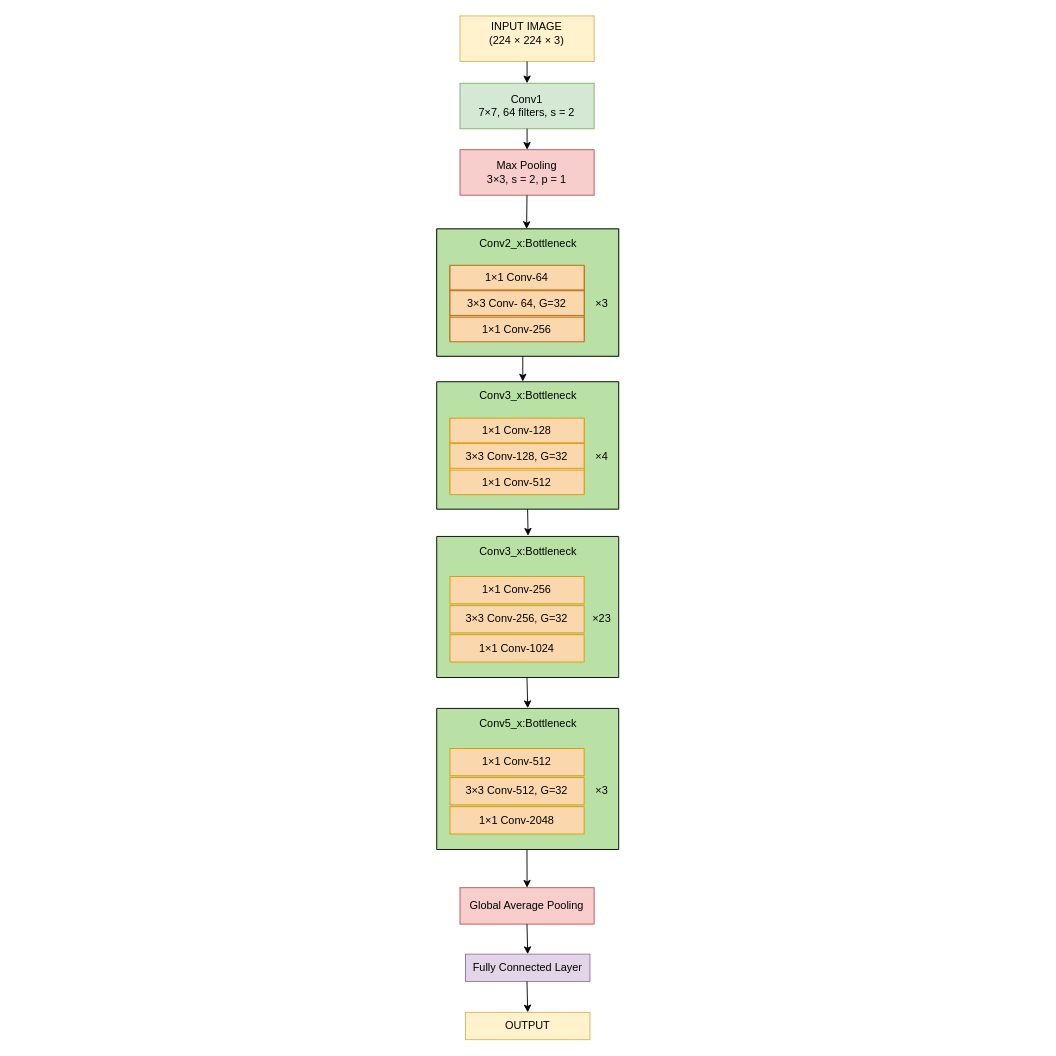
This is Untitled Diagram.drawio from TomalAhmmedPantho/CSE438, a draw.io file, before an edit. Source tidied: cells renumbered, new cells numbered last; positions are measured from the earlier drawing's top-left corner, leaving out a move shared by most shapes. Both pictures are drawn from the tidied source at 91%, with x=0, y=0 at pixel (436, 15).
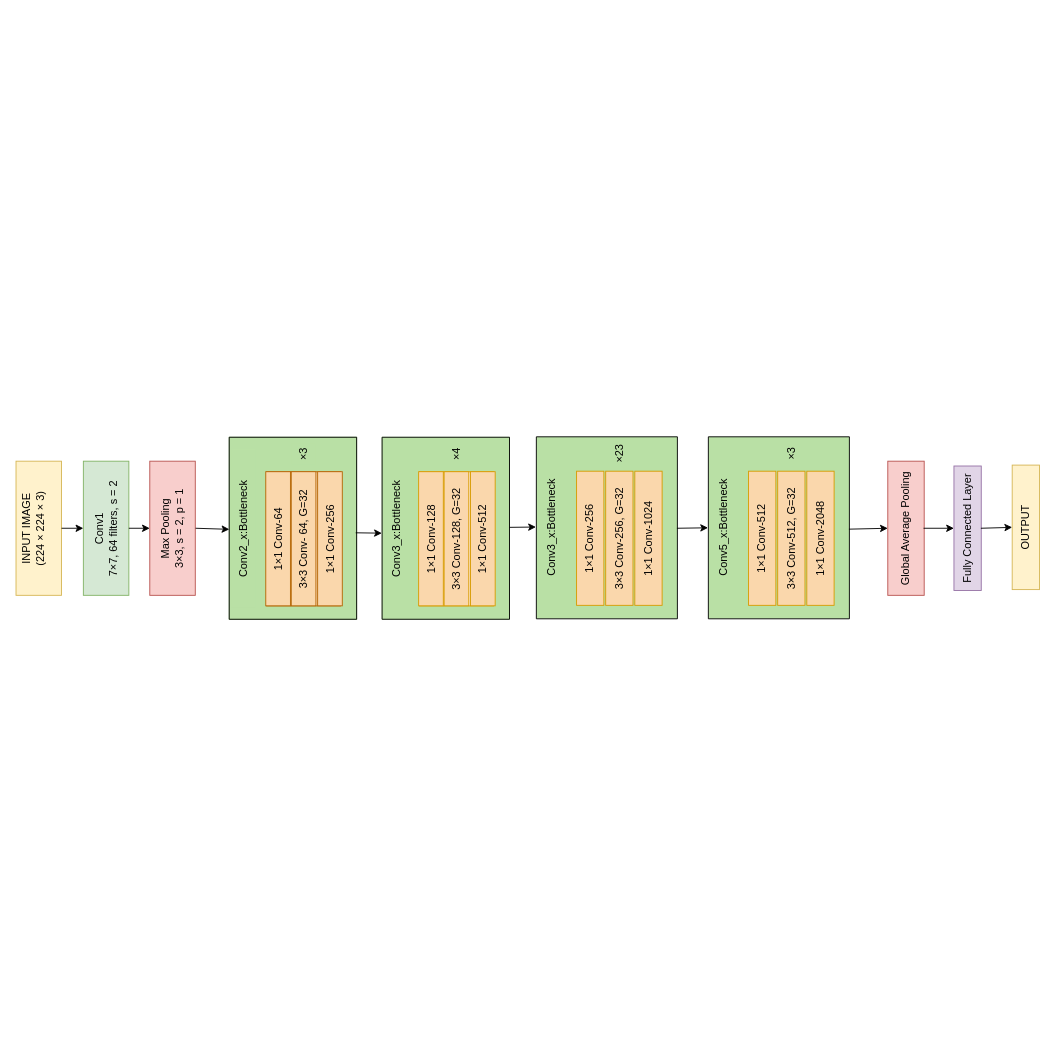
The same page after the edit.

The edit, as a diff of the source:
```diff
@@
+    <mxCell id="49" style="group;rotation=-90;" parent="1" vertex="1">
+      <mxGeometry x="0.4" width="200" height="1125" as="geometry" />
+    </mxCell>
-    <mxCell id="2" value="INPUT IMAGE&lt;div&gt;(224&amp;nbsp;&lt;span style=&quot;background-color: transparent; color: light-dark(rgb(0, 0, 0), rgb(255, 255, 255));&quot;&gt;&lt;font&gt;× 224&amp;nbsp;&lt;/font&gt;&lt;/span&gt;&lt;span style=&quot;background-color: transparent; color: light-dark(rgb(0, 0, 0), rgb(255, 255, 255));&quot;&gt;× 3)&lt;/span&gt;&lt;/div&gt;&lt;p class=&quot;MsoNormal&quot;&gt;&lt;span style=&quot;font-size:18.0pt;line-height:115%&quot;&gt;&lt;/span&gt;&lt;/p&gt;" style="rounded=0;whiteSpace=wrap;html=1;rotation=0;fillColor=#fff2cc;strokeColor=#d6b656;" parent="1" vertex="1">
-      <mxGeometry x="26" width="147.4" height="50" as="geometry" />
+    <mxCell id="2" value="INPUT IMAGE&lt;div&gt;(224&amp;nbsp;&lt;span style=&quot;background-color: transparent; color: light-dark(rgb(0, 0, 0), rgb(255, 255, 255));&quot;&gt;&lt;font&gt;× 224&amp;nbsp;&lt;/font&gt;&lt;/span&gt;&lt;span style=&quot;background-color: transparent; color: light-dark(rgb(0, 0, 0), rgb(255, 255, 255));&quot;&gt;× 3)&lt;/span&gt;&lt;/div&gt;&lt;p class=&quot;MsoNormal&quot;&gt;&lt;span style=&quot;font-size:18.0pt;line-height:115%&quot;&gt;&lt;/span&gt;&lt;/p&gt;" style="rounded=0;whiteSpace=wrap;html=1;rotation=-90;fillColor=#fff2cc;strokeColor=#d6b656;" parent="49" vertex="1">
+      <mxGeometry x="-511" y="538" width="147.4" height="50" as="geometry" />
     </mxCell>
-    <mxCell id="3" value="Conv1&lt;div&gt;7&lt;span style=&quot;background-color: transparent; color: light-dark(rgb(0, 0, 0), rgb(255, 255, 255));&quot;&gt;×7,&amp;nbsp;&lt;/span&gt;&lt;span style=&quot;background-color: transparent; color: light-dark(rgb(0, 0, 0), rgb(255, 255, 255));&quot;&gt;64 filters, s = 2&lt;/span&gt;&lt;/div&gt;" style="rounded=0;whiteSpace=wrap;html=1;rotation=0;fillColor=#d5e8d4;strokeColor=#82b366;" parent="1" vertex="1">
-      <mxGeometry x="26" y="74" width="147.4" height="50" as="geometry" />
+    <mxCell id="3" value="Conv1&lt;div&gt;7&lt;span style=&quot;background-color: transparent; color: light-dark(rgb(0, 0, 0), rgb(255, 255, 255));&quot;&gt;×7,&amp;nbsp;&lt;/span&gt;&lt;span style=&quot;background-color: transparent; color: light-dark(rgb(0, 0, 0), rgb(255, 255, 255));&quot;&gt;64 filters, s = 2&lt;/span&gt;&lt;/div&gt;" style="rounded=0;whiteSpace=wrap;html=1;rotation=-90;fillColor=#d5e8d4;strokeColor=#82b366;" parent="49" vertex="1">
+      <mxGeometry x="-437" y="538" width="147.4" height="50" as="geometry" />
     </mxCell>
-    <mxCell id="4" value="Max Pooling&lt;div&gt;&lt;span style=&quot;background-color: transparent; color: light-dark(rgb(0, 0, 0), rgb(255, 255, 255));&quot;&gt;3×3, s = 2, p = 1&lt;/span&gt;&lt;/div&gt;" style="rounded=0;whiteSpace=wrap;html=1;rotation=0;fillColor=#f8cecc;strokeColor=#b85450;" parent="1" vertex="1">
-      <mxGeometry x="26" y="147" width="147.4" height="50" as="geometry" />
+    <mxCell id="4" value="Max Pooling&lt;div&gt;&lt;span style=&quot;background-color: transparent; color: light-dark(rgb(0, 0, 0), rgb(255, 255, 255));&quot;&gt;3×3, s = 2, p = 1&lt;/span&gt;&lt;/div&gt;" style="rounded=0;whiteSpace=wrap;html=1;rotation=-90;fillColor=#f8cecc;strokeColor=#b85450;" parent="49" vertex="1">
+      <mxGeometry x="-364" y="538" width="147.4" height="50" as="geometry" />
     </mxCell>
-    <mxCell id="5" value="Fully Connected Layer" style="rounded=0;whiteSpace=wrap;html=1;rotation=0;fillColor=#e1d5e7;strokeColor=#9673a6;" parent="1" vertex="1">
-      <mxGeometry x="32" y="1031" width="136.8" height="30" as="geometry" />
+    <mxCell id="5" value="Fully Connected Layer" style="rounded=0;whiteSpace=wrap;html=1;rotation=-90;fillColor=#e1d5e7;strokeColor=#9673a6;" parent="49" vertex="1">
+      <mxGeometry x="515" y="548" width="136.8" height="30" as="geometry" />
     </mxCell>
-    <mxCell id="6" value="Global Average Pooling" style="rounded=0;whiteSpace=wrap;html=1;rotation=0;fillColor=#f8cecc;strokeColor=#b85450;" parent="1" vertex="1">
-      <mxGeometry x="26" y="958" width="147.4" height="40" as="geometry" />
+    <mxCell id="6" value="Global Average Pooling" style="rounded=0;whiteSpace=wrap;html=1;rotation=-90;fillColor=#f8cecc;strokeColor=#b85450;" parent="49" vertex="1">
+      <mxGeometry x="442" y="543" width="147.4" height="40" as="geometry" />
     </mxCell>
-    <mxCell id="7" style="group;rotation=0;fillColor=#95CD75;strokeColor=#82b366;" parent="1" vertex="1">
-      <mxGeometry x="0.4" y="234" width="200" height="140" as="geometry" />
+    <mxCell id="7" style="group;rotation=-90;fillColor=#95CD75;strokeColor=#82b366;" parent="49" vertex="1">
+      <mxGeometry x="-258" y="493" width="200" height="140" as="geometry" />
     </mxCell>
-    <mxCell id="8" style="verticalLabelPosition=bottom;verticalAlign=top;html=1;shape=mxgraph.basic.rect;fillColor2=none;strokeWidth=1;size=20;indent=5;rotation=0;fillColor=#B9E0A5;" parent="7" vertex="1">
+    <mxCell id="8" style="verticalLabelPosition=bottom;verticalAlign=top;html=1;shape=mxgraph.basic.rect;fillColor2=none;strokeWidth=1;size=20;indent=5;rotation=-90;fillColor=#B9E0A5;" parent="7" vertex="1">
       <mxGeometry width="200" height="140" as="geometry" />
     </mxCell>
-    <mxCell id="9" value="Conv2_x:Bottleneck" style="rounded=0;whiteSpace=wrap;html=1;strokeColor=none;rotation=0;fillColor=#B9E0A5;" parent="7" vertex="1">
-      <mxGeometry x="13.2" y="2" width="173.7" height="27.1" as="geometry" />
+    <mxCell id="9" value="Conv2_x:Bottleneck" style="rounded=0;whiteSpace=wrap;html=1;strokeColor=none;rotation=-90;fillColor=#B9E0A5;" parent="7" vertex="1">
+      <mxGeometry x="-41" y="57" width="173.7" height="27.1" as="geometry" />
     </mxCell>
-    <mxCell id="10" style="group;rotation=0;fillColor=#fad7ac;strokeColor=#b46504;" parent="7" vertex="1">
-      <mxGeometry x="14.6" y="41" width="147.4" height="81.3" as="geometry" />
+    <mxCell id="10" style="group;rotation=-90;fillColor=#fad7ac;strokeColor=#b46504;" parent="7" vertex="1">
+      <mxGeometry x="38" y="41" width="147.4" height="81.3" as="geometry" />
     </mxCell>
-    <mxCell id="11" value="1×1 Conv-64" style="rounded=0;whiteSpace=wrap;html=1;rotation=0;fillColor=#FAD7AC;strokeColor=#b46504;" parent="10" vertex="1">
-      <mxGeometry y="-1" width="147.4" height="27.1" as="geometry" />
+    <mxCell id="11" value="1×1 Conv-64" style="rounded=0;whiteSpace=wrap;html=1;rotation=-90;fillColor=#FAD7AC;strokeColor=#b46504;" parent="10" vertex="1">
+      <mxGeometry x="-28" y="27" width="147.4" height="27.1" as="geometry" />
     </mxCell>
-    <mxCell id="12" value="3×3 Conv- 64, G=32" style="rounded=0;whiteSpace=wrap;html=1;rotation=0;fillColor=#fad7ac;strokeColor=#b46504;" parent="10" vertex="1">
+    <mxCell id="12" value="3×3 Conv- 64, G=32" style="rounded=0;whiteSpace=wrap;html=1;rotation=-90;fillColor=#fad7ac;strokeColor=#b46504;" parent="10" vertex="1">
       <mxGeometry y="27" width="147.4" height="27.1" as="geometry" />
     </mxCell>
-    <mxCell id="13" value="1×1 Conv-256" style="rounded=0;whiteSpace=wrap;html=1;rotation=0;fillColor=#fad7ac;strokeColor=#b46504;" parent="10" vertex="1">
-      <mxGeometry y="56" width="147.4" height="27.1" as="geometry" />
+    <mxCell id="13" value="1×1 Conv-256" style="rounded=0;whiteSpace=wrap;html=1;rotation=-90;fillColor=#fad7ac;strokeColor=#b46504;" parent="10" vertex="1">
+      <mxGeometry x="29" y="27" width="147.4" height="27.1" as="geometry" />
     </mxCell>
-    <mxCell id="14" value="×3" style="rounded=0;whiteSpace=wrap;html=1;strokeColor=none;rotation=0;fillColor=#B9E0A5;" parent="7" vertex="1">
-      <mxGeometry x="170" y="68.1" width="23.5" height="27.1" as="geometry" />
+    <mxCell id="14" value="×3" style="rounded=0;whiteSpace=wrap;html=1;strokeColor=none;rotation=-90;fillColor=#B9E0A5;" parent="7" vertex="1">
+      <mxGeometry x="100" y="-25" width="23.5" height="27.1" as="geometry" />
     </mxCell>
-    <mxCell id="15" style="group;rotation=0;fillColor=#B9E0A5;strokeColor=#B9E0A5;" parent="1" vertex="1">
-      <mxGeometry x="0.4" y="402" width="200" height="140" as="geometry" />
+    <mxCell id="15" style="group;rotation=-90;fillColor=#B9E0A5;strokeColor=#B9E0A5;" parent="49" vertex="1">
+      <mxGeometry x="-90" y="493" width="200" height="140" as="geometry" />
     </mxCell>
-    <mxCell id="16" style="verticalLabelPosition=bottom;verticalAlign=top;html=1;shape=mxgraph.basic.rect;fillColor2=none;strokeWidth=1;size=20;indent=5;rotation=0;fillColor=#B9E0A5;" parent="15" vertex="1">
+    <mxCell id="16" style="verticalLabelPosition=bottom;verticalAlign=top;html=1;shape=mxgraph.basic.rect;fillColor2=none;strokeWidth=1;size=20;indent=5;rotation=-90;fillColor=#B9E0A5;" parent="15" vertex="1">
       <mxGeometry width="200" height="140" as="geometry" />
     </mxCell>
-    <mxCell id="17" value="Conv3_x:Bottleneck" style="rounded=0;whiteSpace=wrap;html=1;strokeColor=none;rotation=0;fillColor=none;" parent="15" vertex="1">
-      <mxGeometry x="13.2" y="2" width="173.7" height="27.1" as="geometry" />
+    <mxCell id="17" value="Conv3_x:Bottleneck" style="rounded=0;whiteSpace=wrap;html=1;strokeColor=none;rotation=-90;fillColor=none;" parent="15" vertex="1">
+      <mxGeometry x="-41" y="57" width="173.7" height="27.1" as="geometry" />
     </mxCell>
-    <mxCell id="18" style="group;rotation=0;fillColor=#ffe6cc;strokeColor=#D79B00;" parent="15" vertex="1">
-      <mxGeometry x="14.6" y="41" width="147.4" height="81.3" as="geometry" />
+    <mxCell id="18" style="group;rotation=-90;fillColor=#ffe6cc;strokeColor=#D79B00;" parent="15" vertex="1">
+      <mxGeometry x="38" y="41" width="147.4" height="81.3" as="geometry" />
     </mxCell>
-    <mxCell id="19" value="1×1 Conv-128" style="rounded=0;whiteSpace=wrap;html=1;rotation=0;fillColor=#FAD7AC;strokeColor=#D79B00;" parent="18" vertex="1">
-      <mxGeometry y="-1" width="147.4" height="27.1" as="geometry" />
+    <mxCell id="19" value="1×1 Conv-128" style="rounded=0;whiteSpace=wrap;html=1;rotation=-90;fillColor=#FAD7AC;strokeColor=#D79B00;" parent="18" vertex="1">
+      <mxGeometry x="-28" y="27" width="147.4" height="27.1" as="geometry" />
     </mxCell>
-    <mxCell id="20" value="3×3 Conv-128, G=32" style="rounded=0;whiteSpace=wrap;html=1;rotation=0;fillColor=#FAD7AC;strokeColor=#D79B00;" parent="18" vertex="1">
+    <mxCell id="20" value="3×3 Conv-128, G=32" style="rounded=0;whiteSpace=wrap;html=1;rotation=-90;fillColor=#FAD7AC;strokeColor=#D79B00;" parent="18" vertex="1">
       <mxGeometry y="27" width="147.4" height="27.1" as="geometry" />
     </mxCell>
-    <mxCell id="21" value="1×1 Conv-512" style="rounded=0;whiteSpace=wrap;html=1;rotation=0;fillColor=#FAD7AC;strokeColor=#D79B00;" parent="18" vertex="1">
-      <mxGeometry y="56" width="147.4" height="27.1" as="geometry" />
+    <mxCell id="21" value="1×1 Conv-512" style="rounded=0;whiteSpace=wrap;html=1;rotation=-90;fillColor=#FAD7AC;strokeColor=#D79B00;" parent="18" vertex="1">
+      <mxGeometry x="29" y="27" width="147.4" height="27.1" as="geometry" />
     </mxCell>
-    <mxCell id="22" value="×4" style="rounded=0;whiteSpace=wrap;html=1;strokeColor=none;rotation=0;fillColor=none;" parent="15" vertex="1">
-      <mxGeometry x="170" y="68.1" width="23.5" height="27.1" as="geometry" />
+    <mxCell id="22" value="×4" style="rounded=0;whiteSpace=wrap;html=1;strokeColor=none;rotation=-90;fillColor=none;" parent="15" vertex="1">
+      <mxGeometry x="100" y="-25" width="23.5" height="27.1" as="geometry" />
     </mxCell>
-    <mxCell id="23" style="group;rotation=0;" parent="1" vertex="1">
-      <mxGeometry x="0.4" y="572" width="200" height="155" as="geometry" />
+    <mxCell id="23" style="group;rotation=-90;" parent="49" vertex="1">
+      <mxGeometry x="87" y="485" width="200" height="155" as="geometry" />
     </mxCell>
-    <mxCell id="24" style="verticalLabelPosition=bottom;verticalAlign=top;html=1;shape=mxgraph.basic.rect;fillColor2=none;strokeWidth=1;size=20;indent=5;rotation=0;fillColor=#B9E0A5;" parent="23" vertex="1">
+    <mxCell id="24" style="verticalLabelPosition=bottom;verticalAlign=top;html=1;shape=mxgraph.basic.rect;fillColor2=none;strokeWidth=1;size=20;indent=5;rotation=-90;fillColor=#B9E0A5;" parent="23" vertex="1">
       <mxGeometry width="200" height="155" as="geometry" />
     </mxCell>
-    <mxCell id="25" value="Conv3_x:Bottleneck" style="rounded=0;whiteSpace=wrap;html=1;strokeColor=none;rotation=0;fillColor=none;" parent="23" vertex="1">
-      <mxGeometry x="13.2" y="2" width="173.7" height="30" as="geometry" />
+    <mxCell id="25" value="Conv3_x:Bottleneck" style="rounded=0;whiteSpace=wrap;html=1;strokeColor=none;rotation=-90;fillColor=none;" parent="23" vertex="1">
+      <mxGeometry x="-47" y="62" width="173.7" height="30" as="geometry" />
     </mxCell>
-    <mxCell id="26" style="group;rotation=0;" parent="23" vertex="1">
-      <mxGeometry x="14.6" y="46" width="147.4" height="90" as="geometry" />
+    <mxCell id="26" style="group;rotation=-90;" parent="23" vertex="1">
+      <mxGeometry x="40" y="44" width="147.4" height="90" as="geometry" />
     </mxCell>
-    <mxCell id="27" value="1×1 Conv-256" style="rounded=0;whiteSpace=wrap;html=1;rotation=0;fillColor=#FAD7AC;strokeColor=#D79B00;" parent="26" vertex="1">
-      <mxGeometry y="-2" width="147.4" height="30" as="geometry" />
+    <mxCell id="27" value="1×1 Conv-256" style="rounded=0;whiteSpace=wrap;html=1;rotation=-90;fillColor=#FAD7AC;strokeColor=#D79B00;" parent="26" vertex="1">
+      <mxGeometry x="-32" y="30" width="147.4" height="30" as="geometry" />
     </mxCell>
-    <mxCell id="28" value="3×3 Conv-256, G=32" style="rounded=0;whiteSpace=wrap;html=1;rotation=0;fillColor=#FAD7AC;strokeColor=#D79B00;" parent="26" vertex="1">
+    <mxCell id="28" value="3×3 Conv-256, G=32" style="rounded=0;whiteSpace=wrap;html=1;rotation=-90;fillColor=#FAD7AC;strokeColor=#D79B00;" parent="26" vertex="1">
       <mxGeometry y="30" width="147.4" height="30" as="geometry" />
     </mxCell>
-    <mxCell id="29" value="1×1 Conv-1024" style="rounded=0;whiteSpace=wrap;html=1;rotation=0;fillColor=#FAD7AC;strokeColor=#D79B00;" parent="26" vertex="1">
-      <mxGeometry y="62" width="147.4" height="30" as="geometry" />
+    <mxCell id="29" value="1×1 Conv-1024" style="rounded=0;whiteSpace=wrap;html=1;rotation=-90;fillColor=#FAD7AC;strokeColor=#D79B00;" parent="26" vertex="1">
+      <mxGeometry x="32" y="30" width="147.4" height="30" as="geometry" />
     </mxCell>
-    <mxCell id="30" value="×23" style="rounded=0;whiteSpace=wrap;html=1;strokeColor=none;rotation=0;fillColor=none;" parent="23" vertex="1">
-      <mxGeometry x="170" y="76" width="23.5" height="30" as="geometry" />
+    <mxCell id="30" value="×23" style="rounded=0;whiteSpace=wrap;html=1;strokeColor=none;rotation=-90;fillColor=none;" parent="23" vertex="1">
+      <mxGeometry x="102" y="-19" width="23.5" height="30" as="geometry" />
     </mxCell>
-    <mxCell id="31" style="group;rotation=0;" parent="1" vertex="1">
-      <mxGeometry x="0.4" y="761" width="200" height="155" as="geometry" />
+    <mxCell id="31" style="group;rotation=-90;" parent="49" vertex="1">
+      <mxGeometry x="276" y="485" width="200" height="155" as="geometry" />
     </mxCell>
-    <mxCell id="32" style="verticalLabelPosition=bottom;verticalAlign=top;html=1;shape=mxgraph.basic.rect;fillColor2=none;strokeWidth=1;size=20;indent=5;rotation=0;fillColor=#B9E0A5;" parent="31" vertex="1">
+    <mxCell id="32" style="verticalLabelPosition=bottom;verticalAlign=top;html=1;shape=mxgraph.basic.rect;fillColor2=none;strokeWidth=1;size=20;indent=5;rotation=-90;fillColor=#B9E0A5;" parent="31" vertex="1">
       <mxGeometry width="200" height="155" as="geometry" />
     </mxCell>
-    <mxCell id="33" value="Conv5_x:Bottleneck" style="rounded=0;whiteSpace=wrap;html=1;strokeColor=none;rotation=0;fillColor=none;" parent="31" vertex="1">
-      <mxGeometry x="13.2" y="2" width="173.7" height="30" as="geometry" />
+    <mxCell id="33" value="Conv5_x:Bottleneck" style="rounded=0;whiteSpace=wrap;html=1;strokeColor=none;rotation=-90;fillColor=none;" parent="31" vertex="1">
+      <mxGeometry x="-47" y="62" width="173.7" height="30" as="geometry" />
     </mxCell>
-    <mxCell id="34" style="group;rotation=0;" parent="31" vertex="1">
-      <mxGeometry x="14.6" y="46" width="147.4" height="90" as="geometry" />
+    <mxCell id="34" style="group;rotation=-90;" parent="31" vertex="1">
+      <mxGeometry x="40" y="44" width="147.4" height="90" as="geometry" />
     </mxCell>
-    <mxCell id="35" value="1×1 Conv-512" style="rounded=0;whiteSpace=wrap;html=1;rotation=0;fillColor=#FAD7AC;strokeColor=#D79B00;" parent="34" vertex="1">
-      <mxGeometry y="-2" width="147.4" height="30" as="geometry" />
+    <mxCell id="35" value="1×1 Conv-512" style="rounded=0;whiteSpace=wrap;html=1;rotation=-90;fillColor=#FAD7AC;strokeColor=#D79B00;" parent="34" vertex="1">
+      <mxGeometry x="-32" y="30" width="147.4" height="30" as="geometry" />
     </mxCell>
-    <mxCell id="36" value="3×3 Conv-512, G=32" style="rounded=0;whiteSpace=wrap;html=1;rotation=0;fillColor=#FAD7AC;strokeColor=#D79B00;" parent="34" vertex="1">
+    <mxCell id="36" value="3×3 Conv-512, G=32" style="rounded=0;whiteSpace=wrap;html=1;rotation=-90;fillColor=#FAD7AC;strokeColor=#D79B00;" parent="34" vertex="1">
       <mxGeometry y="30" width="147.4" height="30" as="geometry" />
     </mxCell>
-    <mxCell id="37" value="1×1 Conv-2048" style="rounded=0;whiteSpace=wrap;html=1;rotation=0;fillColor=#FAD7AC;strokeColor=#D79B00;" parent="34" vertex="1">
-      <mxGeometry y="62" width="147.4" height="30" as="geometry" />
+    <mxCell id="37" value="1×1 Conv-2048" style="rounded=0;whiteSpace=wrap;html=1;rotation=-90;fillColor=#FAD7AC;strokeColor=#D79B00;" parent="34" vertex="1">
+      <mxGeometry x="32" y="30" width="147.4" height="30" as="geometry" />
     </mxCell>
-    <mxCell id="38" value="×3" style="rounded=0;whiteSpace=wrap;html=1;strokeColor=none;rotation=0;fillColor=none;" parent="31" vertex="1">
-      <mxGeometry x="170" y="76" width="23.5" height="30" as="geometry" />
+    <mxCell id="38" value="×3" style="rounded=0;whiteSpace=wrap;html=1;strokeColor=none;rotation=-90;fillColor=none;" parent="31" vertex="1">
+      <mxGeometry x="102" y="-19" width="23.5" height="30" as="geometry" />
     </mxCell>
-    <mxCell id="39" value="OUTPUT" style="rounded=0;whiteSpace=wrap;html=1;rotation=0;fillColor=#fff2cc;strokeColor=#d6b656;" parent="1" vertex="1">
-      <mxGeometry x="32" y="1095" width="136.8" height="30" as="geometry" />
+    <mxCell id="39" value="OUTPUT" style="rounded=0;whiteSpace=wrap;html=1;rotation=-90;fillColor=#fff2cc;strokeColor=#d6b656;" parent="49" vertex="1">
+      <mxGeometry x="579" y="547" width="136.8" height="30" as="geometry" />
     </mxCell>
-    <mxCell id="40" style="endArrow=classic;html=1;rounded=0;exitX=0.5;exitY=1;exitDx=0;exitDy=0;entryX=0.5;entryY=0;entryDx=0;entryDy=0;" parent="1" edge="1" source="2" target="3">
+    <mxCell id="40" style="endArrow=classic;html=1;rounded=0;exitX=0.5;exitY=1;exitDx=0;exitDy=0;entryX=0.5;entryY=0;entryDx=0;entryDy=0;" parent="49" edge="1" source="2" target="3">
       <mxGeometry relative="1" as="geometry" />
     </mxCell>
-    <mxCell id="41" style="endArrow=classic;html=1;rounded=0;entryX=0.5;entryY=0;entryDx=0;entryDy=0;exitX=0.5;exitY=1;exitDx=0;exitDy=0;" parent="1" edge="1" source="3" target="4">
+    <mxCell id="41" style="endArrow=classic;html=1;rounded=0;entryX=0.5;entryY=0;entryDx=0;entryDy=0;exitX=0.5;exitY=1;exitDx=0;exitDy=0;" parent="49" edge="1" source="3" target="4">
       <mxGeometry relative="1" as="geometry" />
     </mxCell>
-    <mxCell id="42" style="endArrow=classic;html=1;rounded=0;exitX=0.5;exitY=1;exitDx=0;exitDy=0;entryX=0.494;entryY=0.001;entryDx=0;entryDy=0;entryPerimeter=0;" parent="1" edge="1" target="8">
+    <mxCell id="42" style="endArrow=classic;html=1;rounded=0;exitX=0.5;exitY=1;exitDx=0;exitDy=0;entryX=0.494;entryY=0.001;entryDx=0;entryDy=0;entryPerimeter=0;" parent="49" edge="1" target="8">
       <mxGeometry relative="1" as="geometry">
-        <mxPoint x="99.6" y="197" as="sourcePoint" />
+        <mxPoint x="-265" y="563" as="sourcePoint" />
       </mxGeometry>
     </mxCell>
-    <mxCell id="43" style="endArrow=classic;html=1;rounded=0;exitX=0.5;exitY=1;exitDx=0;exitDy=0;entryX=0.473;entryY=-0.002;entryDx=0;entryDy=0;entryPerimeter=0;" parent="1" edge="1" target="16">
+    <mxCell id="43" style="endArrow=classic;html=1;rounded=0;exitX=0.5;exitY=1;exitDx=0;exitDy=0;entryX=0.473;entryY=-0.002;entryDx=0;entryDy=0;entryPerimeter=0;" parent="49" edge="1" target="16">
       <mxGeometry relative="1" as="geometry">
-        <mxPoint x="95" y="374" as="sourcePoint" />
+        <mxPoint x="-89" y="568" as="sourcePoint" />
       </mxGeometry>
     </mxCell>
-    <mxCell id="44" style="endArrow=classic;html=1;rounded=0;exitX=0.5;exitY=1;exitDx=0;exitDy=0;entryX=0.502;entryY=-0.093;entryDx=0;entryDy=0;entryPerimeter=0;" parent="1" edge="1" target="25">
+    <mxCell id="44" style="endArrow=classic;html=1;rounded=0;exitX=0.5;exitY=1;exitDx=0;exitDy=0;entryX=0.502;entryY=-0.093;entryDx=0;entryDy=0;entryPerimeter=0;" parent="49" edge="1" target="25">
       <mxGeometry relative="1" as="geometry">
-        <mxPoint x="100.3" y="542" as="sourcePoint" />
+        <mxPoint x="80" y="562" as="sourcePoint" />
       </mxGeometry>
     </mxCell>
-    <mxCell id="45" style="endArrow=classic;html=1;rounded=0;exitX=0.5;exitY=1;exitDx=0;exitDy=0;entryX=0.5;entryY=-0.002;entryDx=0;entryDy=0;entryPerimeter=0;" parent="1" edge="1" target="32">
+    <mxCell id="45" style="endArrow=classic;html=1;rounded=0;exitX=0.5;exitY=1;exitDx=0;exitDy=0;entryX=0.5;entryY=-0.002;entryDx=0;entryDy=0;entryPerimeter=0;" parent="49" edge="1" target="32">
       <mxGeometry relative="1" as="geometry">
-        <mxPoint x="99.6" y="727" as="sourcePoint" />
+        <mxPoint x="264" y="563" as="sourcePoint" />
       </mxGeometry>
     </mxCell>
-    <mxCell id="46" style="endArrow=classic;html=1;rounded=0;exitX=0.5;exitY=1;exitDx=0;exitDy=0;entryX=0.5;entryY=0;entryDx=0;entryDy=0;" parent="1" edge="1" target="6">
+    <mxCell id="46" style="endArrow=classic;html=1;rounded=0;exitX=0.5;exitY=1;exitDx=0;exitDy=0;entryX=0.5;entryY=0;entryDx=0;entryDy=0;" parent="49" edge="1" target="6">
       <mxGeometry relative="1" as="geometry">
-        <mxPoint x="99.6" y="916" as="sourcePoint" />
+        <mxPoint x="453" y="564" as="sourcePoint" />
       </mxGeometry>
     </mxCell>
-    <mxCell id="47" style="endArrow=classic;html=1;rounded=0;exitX=0.5;exitY=1;exitDx=0;exitDy=0;entryX=0.5;entryY=0;entryDx=0;entryDy=0;" parent="1" edge="1" target="5">
+    <mxCell id="47" style="endArrow=classic;html=1;rounded=0;exitX=0.5;exitY=1;exitDx=0;exitDy=0;entryX=0.5;entryY=0;entryDx=0;entryDy=0;" parent="49" edge="1" target="5">
       <mxGeometry relative="1" as="geometry">
-        <mxPoint x="99.6" y="998" as="sourcePoint" />
+        <mxPoint x="535" y="563" as="sourcePoint" />
       </mxGeometry>
     </mxCell>
-    <mxCell id="48" style="endArrow=classic;html=1;rounded=0;exitX=0.5;exitY=1;exitDx=0;exitDy=0;entryX=0.5;entryY=0;entryDx=0;entryDy=0;" parent="1" edge="1" target="39">
+    <mxCell id="48" style="endArrow=classic;html=1;rounded=0;exitX=0.5;exitY=1;exitDx=0;exitDy=0;entryX=0.5;entryY=0;entryDx=0;entryDy=0;" parent="49" edge="1" target="39">
       <mxGeometry relative="1" as="geometry">
-        <mxPoint x="99.6" y="1061" as="sourcePoint" />
+        <mxPoint x="598" y="563" as="sourcePoint" />
       </mxGeometry>
     </mxCell>
```
